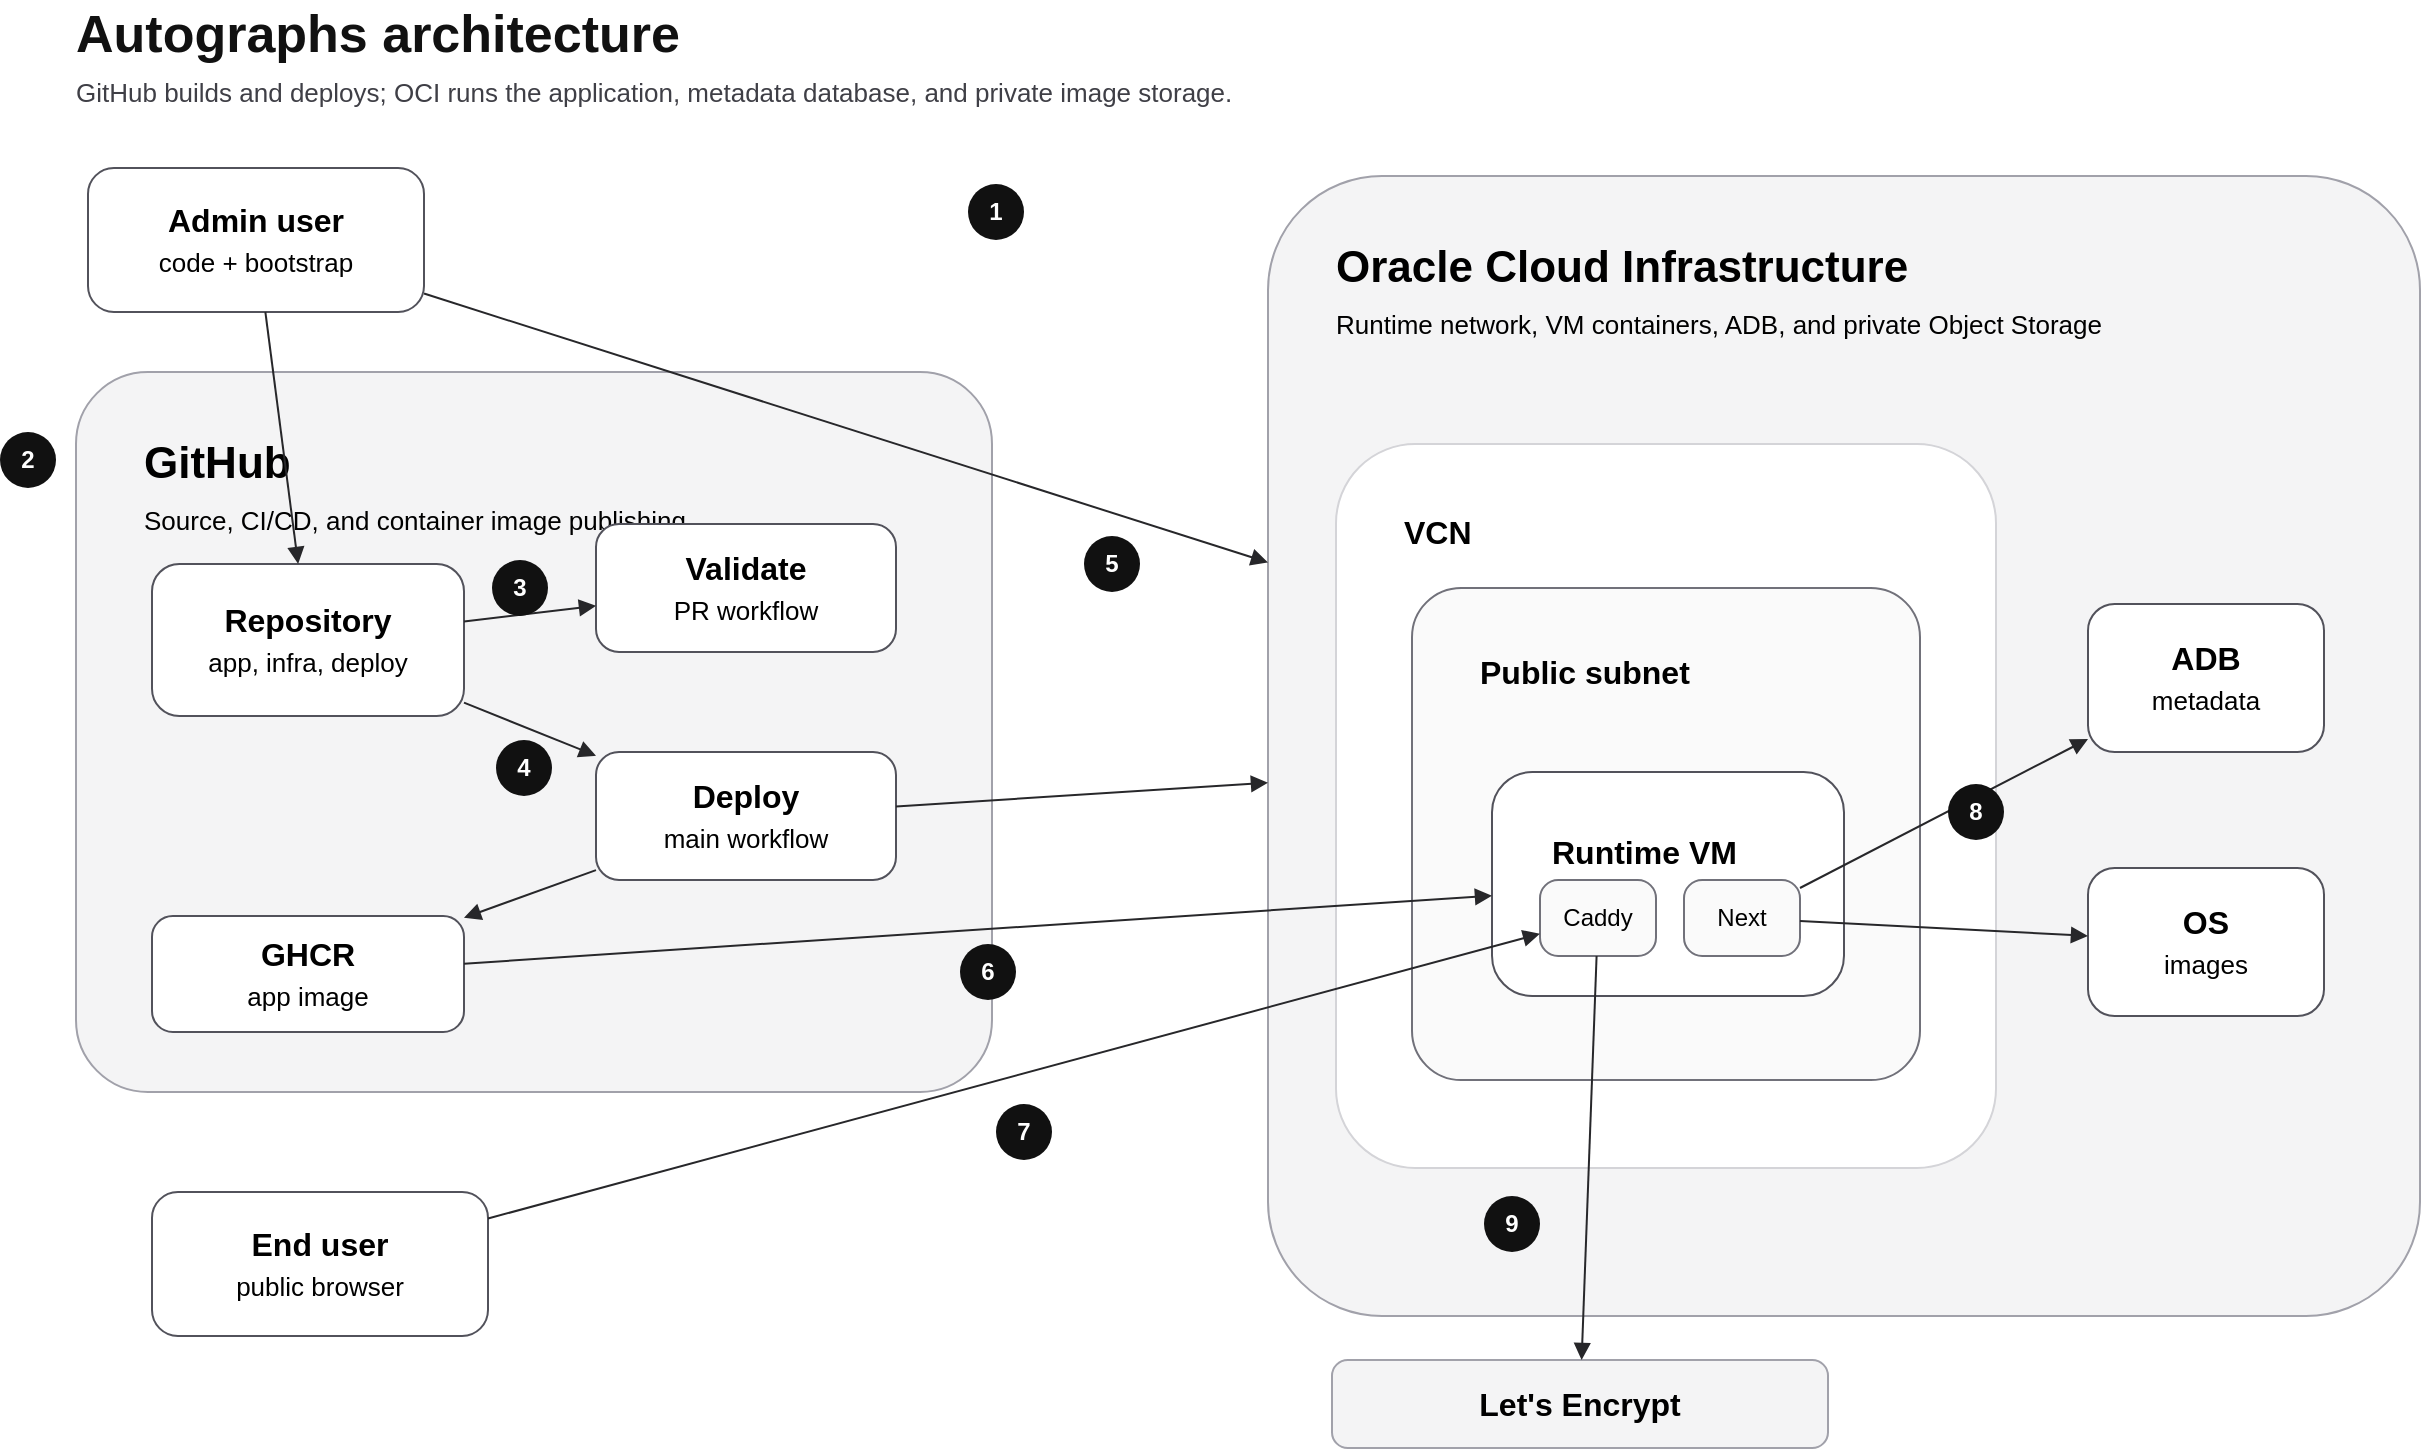
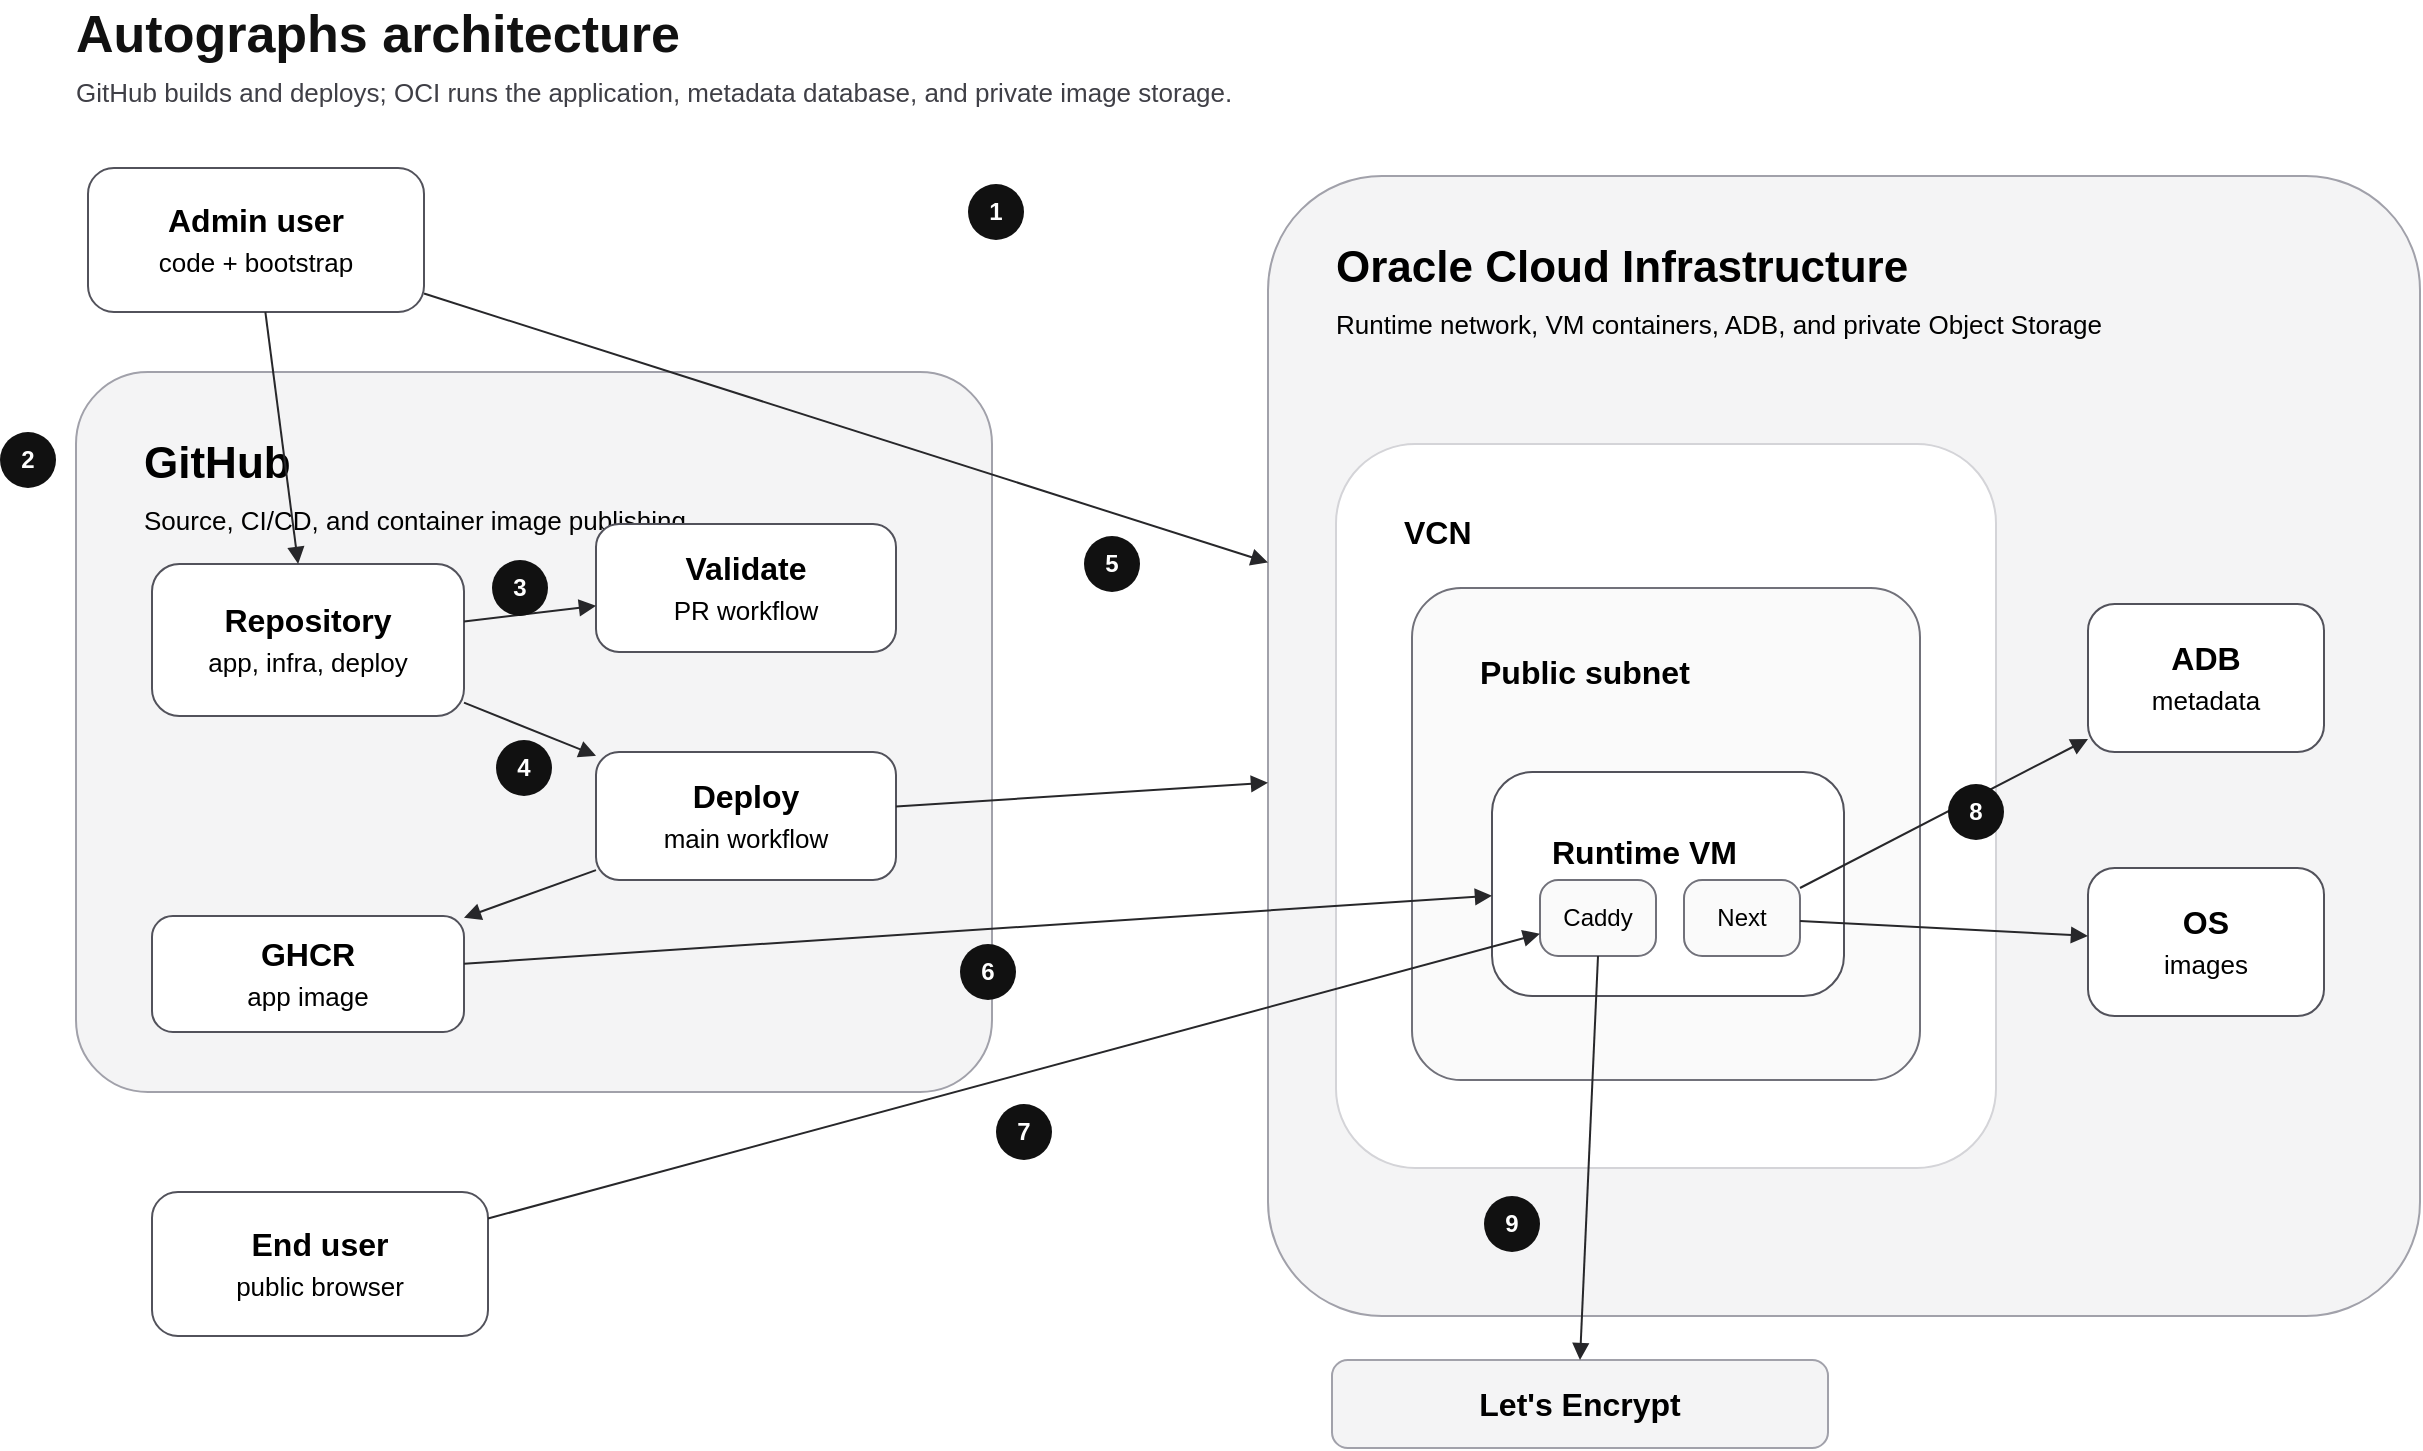
<mxfile host="app.diagrams.net" modified="2026-05-14T00:00:00.000Z" agent="Codex" version="24.7.17" type="device">
  <diagram id="autographs-simplified-architecture" name="Autographs Architecture">
    <mxGraphModel dx="1280" dy="760" grid="1" gridSize="10" guides="1" tooltips="1" connect="1" arrows="1" fold="1" page="1" pageScale="1" pageWidth="1280" pageHeight="760" math="0" shadow="0">
      <root>
        <mxCell id="0" />
        <mxCell id="1" parent="0" />
        <mxCell id="title" value="Autographs architecture" style="text;html=1;strokeColor=none;fillColor=none;fontSize=26;fontStyle=1;fontColor=#111111;align=left;verticalAlign=middle;" vertex="1" parent="1"><mxGeometry x="52" y="28" width="360" height="34" as="geometry" /></mxCell>
        <mxCell id="subtitle" value="GitHub builds and deploys; OCI runs the application, metadata database, and private image storage." style="text;html=1;strokeColor=none;fillColor=none;fontSize=13;fontColor=#3f3f46;align=left;verticalAlign=middle;" vertex="1" parent="1"><mxGeometry x="52" y="62" width="720" height="24" as="geometry" /></mxCell>
        <mxCell id="admin" value="&lt;b&gt;Admin user&lt;/b&gt;&lt;br&gt;&lt;font style=&quot;font-size: 13px;&quot;&gt;code + bootstrap&lt;/font&gt;" style="rounded=1;whiteSpace=wrap;html=1;fillColor=#ffffff;strokeColor=#52525b;arcSize=18;fontSize=16;" vertex="1" parent="1"><mxGeometry x="60" y="112" width="168" height="72" as="geometry" /></mxCell>
        <mxCell id="github-zone" value="GitHub&lt;br&gt;&lt;font style=&quot;font-size: 13px; font-weight: 400;&quot;&gt;Source, CI/CD, and container image publishing&lt;/font&gt;" style="rounded=1;whiteSpace=wrap;html=1;fillColor=#f4f4f5;strokeColor=#a1a1aa;fontStyle=1;fontSize=22;align=left;verticalAlign=top;spacingLeft=32;spacingTop=26;arcSize=10;" vertex="1" parent="1"><mxGeometry x="54" y="214" width="458" height="360" as="geometry" /></mxCell>
        <mxCell id="repo" value="&lt;b&gt;Repository&lt;/b&gt;&lt;br&gt;&lt;font style=&quot;font-size: 13px;&quot;&gt;app, infra, deploy&lt;/font&gt;" style="rounded=1;whiteSpace=wrap;html=1;fillColor=#ffffff;strokeColor=#52525b;arcSize=18;fontSize=16;" vertex="1" parent="1"><mxGeometry x="92" y="310" width="156" height="76" as="geometry" /></mxCell>
        <mxCell id="validate" value="&lt;b&gt;Validate&lt;/b&gt;&lt;br&gt;&lt;font style=&quot;font-size: 13px;&quot;&gt;PR workflow&lt;/font&gt;" style="rounded=1;whiteSpace=wrap;html=1;fillColor=#ffffff;strokeColor=#52525b;arcSize=18;fontSize=16;" vertex="1" parent="1"><mxGeometry x="314" y="290" width="150" height="64" as="geometry" /></mxCell>
        <mxCell id="deploy" value="&lt;b&gt;Deploy&lt;/b&gt;&lt;br&gt;&lt;font style=&quot;font-size: 13px;&quot;&gt;main workflow&lt;/font&gt;" style="rounded=1;whiteSpace=wrap;html=1;fillColor=#ffffff;strokeColor=#52525b;arcSize=18;fontSize=16;" vertex="1" parent="1"><mxGeometry x="314" y="404" width="150" height="64" as="geometry" /></mxCell>
        <mxCell id="ghcr" value="&lt;b&gt;GHCR&lt;/b&gt;&lt;br&gt;&lt;font style=&quot;font-size: 13px;&quot;&gt;app image&lt;/font&gt;" style="rounded=1;whiteSpace=wrap;html=1;fillColor=#ffffff;strokeColor=#52525b;arcSize=18;fontSize=16;" vertex="1" parent="1"><mxGeometry x="92" y="486" width="156" height="58" as="geometry" /></mxCell>
        <mxCell id="end-user" value="&lt;b&gt;End user&lt;/b&gt;&lt;br&gt;&lt;font style=&quot;font-size: 13px;&quot;&gt;public browser&lt;/font&gt;" style="rounded=1;whiteSpace=wrap;html=1;fillColor=#ffffff;strokeColor=#52525b;arcSize=18;fontSize=16;" vertex="1" parent="1"><mxGeometry x="92" y="624" width="168" height="72" as="geometry" /></mxCell>
        <mxCell id="oci-zone" value="Oracle Cloud Infrastructure&lt;br&gt;&lt;font style=&quot;font-size: 13px; font-weight: 400;&quot;&gt;Runtime network, VM containers, ADB, and private Object Storage&lt;/font&gt;" style="rounded=1;whiteSpace=wrap;html=1;fillColor=#f4f4f5;strokeColor=#a1a1aa;fontStyle=1;fontSize=22;align=left;verticalAlign=top;spacingLeft=32;spacingTop=26;arcSize=10;" vertex="1" parent="1"><mxGeometry x="650" y="116" width="576" height="570" as="geometry" /></mxCell>
        <mxCell id="vcn" value="&lt;b&gt;VCN&lt;/b&gt;" style="rounded=1;whiteSpace=wrap;html=1;fillColor=#ffffff;strokeColor=#d4d4d8;arcSize=12;fontSize=16;align=left;verticalAlign=top;spacingLeft=32;spacingTop=28;" vertex="1" parent="1"><mxGeometry x="684" y="250" width="330" height="362" as="geometry" /></mxCell>
        <mxCell id="subnet" value="&lt;b&gt;Public subnet&lt;/b&gt;" style="rounded=1;whiteSpace=wrap;html=1;fillColor=#fafafa;strokeColor=#71717a;arcSize=10;fontSize=16;align=left;verticalAlign=top;spacingLeft=32;spacingTop=26;" vertex="1" parent="1"><mxGeometry x="722" y="322" width="254" height="246" as="geometry" /></mxCell>
        <mxCell id="vm" value="&lt;b&gt;Runtime VM&lt;/b&gt;" style="rounded=1;whiteSpace=wrap;html=1;fillColor=#ffffff;strokeColor=#52525b;arcSize=18;fontSize=16;align=left;verticalAlign=top;spacingLeft=28;spacingTop=24;" vertex="1" parent="1"><mxGeometry x="762" y="414" width="176" height="112" as="geometry" /></mxCell>
        <mxCell id="caddy" value="Caddy" style="rounded=1;whiteSpace=wrap;html=1;fillColor=#fafafa;strokeColor=#71717a;arcSize=24;fontSize=12;" vertex="1" parent="1"><mxGeometry x="786" y="468" width="58" height="38" as="geometry" /></mxCell>
        <mxCell id="next" value="Next" style="rounded=1;whiteSpace=wrap;html=1;fillColor=#fafafa;strokeColor=#71717a;arcSize=24;fontSize=12;" vertex="1" parent="1"><mxGeometry x="858" y="468" width="58" height="38" as="geometry" /></mxCell>
        <mxCell id="adb" value="&lt;b&gt;ADB&lt;/b&gt;&lt;br&gt;&lt;font style=&quot;font-size: 13px;&quot;&gt;metadata&lt;/font&gt;" style="rounded=1;whiteSpace=wrap;html=1;fillColor=#ffffff;strokeColor=#52525b;arcSize=18;fontSize=16;" vertex="1" parent="1"><mxGeometry x="1060" y="330" width="118" height="74" as="geometry" /></mxCell>
        <mxCell id="object-storage" value="&lt;b&gt;OS&lt;/b&gt;&lt;br&gt;&lt;font style=&quot;font-size: 13px;&quot;&gt;images&lt;/font&gt;" style="rounded=1;whiteSpace=wrap;html=1;fillColor=#ffffff;strokeColor=#52525b;arcSize=18;fontSize=16;" vertex="1" parent="1"><mxGeometry x="1060" y="462" width="118" height="74" as="geometry" /></mxCell>
        <mxCell id="e-admin-repo" edge="1" parent="1" source="admin" target="repo" style="endArrow=block;html=1;rounded=1;strokeColor=#27272a;strokeWidth=1;"><mxGeometry relative="1" as="geometry" /></mxCell>
        <mxCell id="e-repo-validate" edge="1" parent="1" source="repo" target="validate" style="endArrow=block;html=1;rounded=1;strokeColor=#27272a;strokeWidth=1;"><mxGeometry relative="1" as="geometry" /></mxCell>
        <mxCell id="e-repo-deploy" edge="1" parent="1" source="repo" target="deploy" style="endArrow=block;html=1;rounded=1;strokeColor=#27272a;strokeWidth=1;"><mxGeometry relative="1" as="geometry" /></mxCell>
        <mxCell id="e-deploy-oci" edge="1" parent="1" source="deploy" target="oci-zone" style="endArrow=block;html=1;rounded=1;strokeColor=#27272a;strokeWidth=1;"><mxGeometry relative="1" as="geometry" /></mxCell>
        <mxCell id="e-deploy-ghcr" edge="1" parent="1" source="deploy" target="ghcr" style="endArrow=block;html=1;rounded=1;strokeColor=#27272a;strokeWidth=1;"><mxGeometry relative="1" as="geometry" /></mxCell>
        <mxCell id="e-admin-oci" edge="1" parent="1" source="admin" target="oci-zone" style="endArrow=block;html=1;rounded=1;strokeColor=#27272a;strokeWidth=1;"><mxGeometry relative="1" as="geometry" /></mxCell>
        <mxCell id="e-ghcr-vm" edge="1" parent="1" source="ghcr" target="vm" style="endArrow=block;html=1;rounded=1;strokeColor=#27272a;strokeWidth=1;"><mxGeometry relative="1" as="geometry" /></mxCell>
        <mxCell id="e-user-caddy" edge="1" parent="1" source="end-user" target="caddy" style="endArrow=block;html=1;rounded=1;strokeColor=#27272a;strokeWidth=1;"><mxGeometry relative="1" as="geometry" /></mxCell>
        <mxCell id="lets-encrypt" value="&lt;b&gt;Let&apos;s Encrypt&lt;/b&gt;" style="rounded=1;whiteSpace=wrap;html=1;fillColor=#f4f4f5;strokeColor=#a1a1aa;arcSize=18;fontSize=16;" vertex="1" parent="1"><mxGeometry x="682" y="708" width="248" height="44" as="geometry" /></mxCell>
-         <mxCell id="e-caddy-le" edge="1" parent="1" source="caddy" target="lets-encrypt" style="endArrow=block;html=1;rounded=1;strokeColor=#27272a;strokeWidth=1;"><mxGeometry relative="1" as="geometry" /></mxCell>
+         <mxCell id="e-caddy-le" edge="1" parent="1" source="caddy" target="lets-encrypt" style="endArrow=block;html=1;rounded=1;strokeColor=#27272a;strokeWidth=1;exitX=0.5;exitY=1;entryX=0.5;entryY=0;"><mxGeometry relative="1" as="geometry" /></mxCell>
        <mxCell id="n9" value="9" style="ellipse;whiteSpace=wrap;html=1;aspect=fixed;fillColor=#111111;strokeColor=none;fontColor=#ffffff;fontSize=12;fontStyle=1;" vertex="1" parent="1"><mxGeometry x="758" y="626" width="28" height="28" as="geometry" /></mxCell>
        <mxCell id="e-next-adb" edge="1" parent="1" source="next" target="adb" style="endArrow=block;html=1;rounded=1;strokeColor=#27272a;strokeWidth=1;"><mxGeometry relative="1" as="geometry" /></mxCell>
        <mxCell id="e-next-object" edge="1" parent="1" source="next" target="object-storage" style="endArrow=block;html=1;rounded=1;strokeColor=#27272a;strokeWidth=1;"><mxGeometry relative="1" as="geometry" /></mxCell>
        <mxCell id="n1" value="2" style="ellipse;whiteSpace=wrap;html=1;aspect=fixed;fillColor=#111111;strokeColor=none;fontColor=#ffffff;fontSize=12;fontStyle=1;" vertex="1" parent="1"><mxGeometry x="16" y="244" width="28" height="28" as="geometry" /></mxCell>
        <mxCell id="n2" value="3" style="ellipse;whiteSpace=wrap;html=1;aspect=fixed;fillColor=#111111;strokeColor=none;fontColor=#ffffff;fontSize=12;fontStyle=1;" vertex="1" parent="1"><mxGeometry x="262" y="308" width="28" height="28" as="geometry" /></mxCell>
        <mxCell id="n3" value="4" style="ellipse;whiteSpace=wrap;html=1;aspect=fixed;fillColor=#111111;strokeColor=none;fontColor=#ffffff;fontSize=12;fontStyle=1;" vertex="1" parent="1"><mxGeometry x="264" y="398" width="28" height="28" as="geometry" /></mxCell>
        <mxCell id="n4" value="5" style="ellipse;whiteSpace=wrap;html=1;aspect=fixed;fillColor=#111111;strokeColor=none;fontColor=#ffffff;fontSize=12;fontStyle=1;" vertex="1" parent="1"><mxGeometry x="558" y="296" width="28" height="28" as="geometry" /></mxCell>
        <mxCell id="n5" value="6" style="ellipse;whiteSpace=wrap;html=1;aspect=fixed;fillColor=#111111;strokeColor=none;fontColor=#ffffff;fontSize=12;fontStyle=1;" vertex="1" parent="1"><mxGeometry x="496" y="500" width="28" height="28" as="geometry" /></mxCell>
        <mxCell id="n6" value="1" style="ellipse;whiteSpace=wrap;html=1;aspect=fixed;fillColor=#111111;strokeColor=none;fontColor=#ffffff;fontSize=12;fontStyle=1;" vertex="1" parent="1"><mxGeometry x="500" y="120" width="28" height="28" as="geometry" /></mxCell>
        <mxCell id="n7" value="7" style="ellipse;whiteSpace=wrap;html=1;aspect=fixed;fillColor=#111111;strokeColor=none;fontColor=#ffffff;fontSize=12;fontStyle=1;" vertex="1" parent="1"><mxGeometry x="514" y="580" width="28" height="28" as="geometry" /></mxCell>
        <mxCell id="n8" value="8" style="ellipse;whiteSpace=wrap;html=1;aspect=fixed;fillColor=#111111;strokeColor=none;fontColor=#ffffff;fontSize=12;fontStyle=1;" vertex="1" parent="1"><mxGeometry x="990" y="420" width="28" height="28" as="geometry" /></mxCell>
      </root>
    </mxGraphModel>
  </diagram>
</mxfile>
